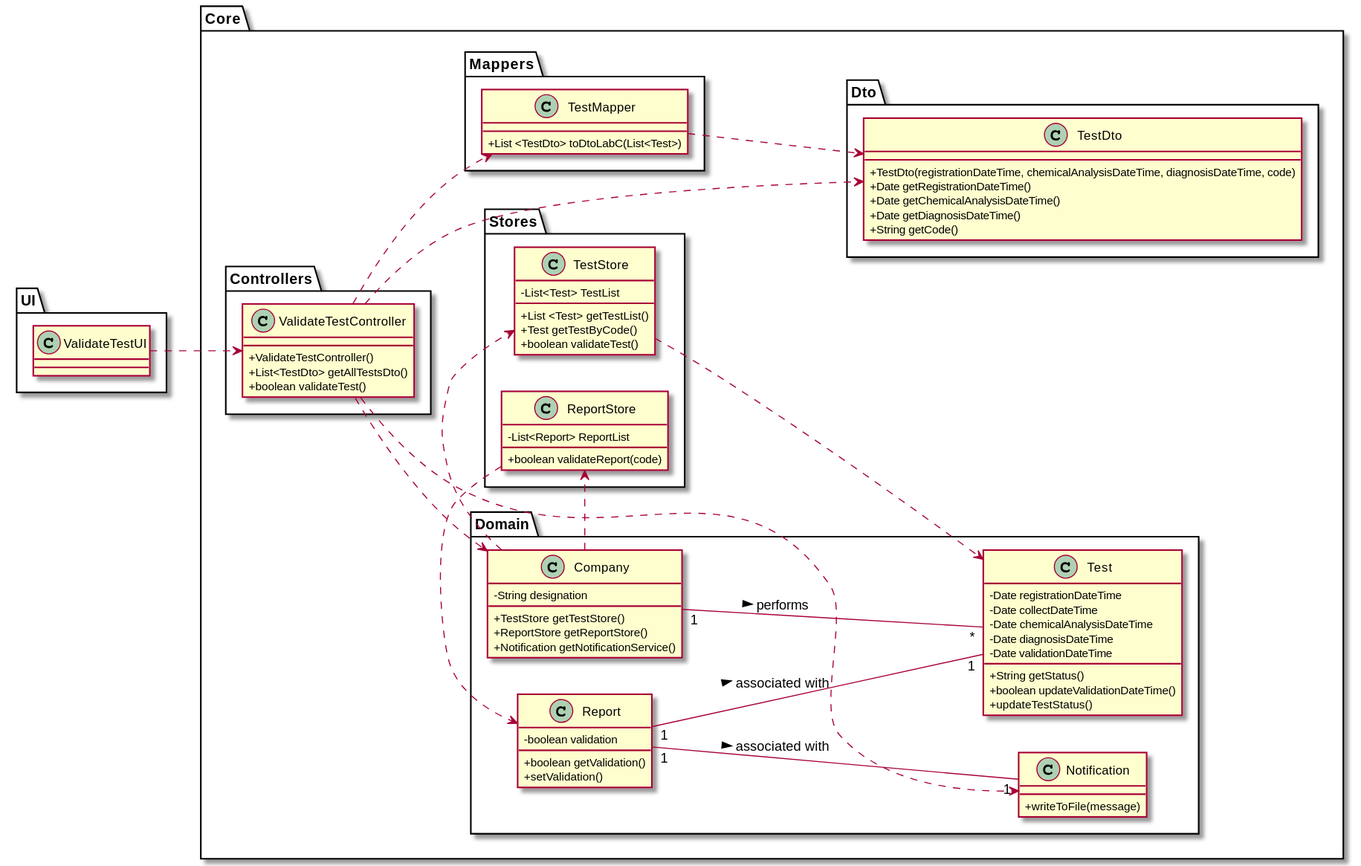
The PlantUML diagram docs/SprintC/US15/US15-CD.svg in 0franciscor/lei-21-s2-1de-g19, before a commit.
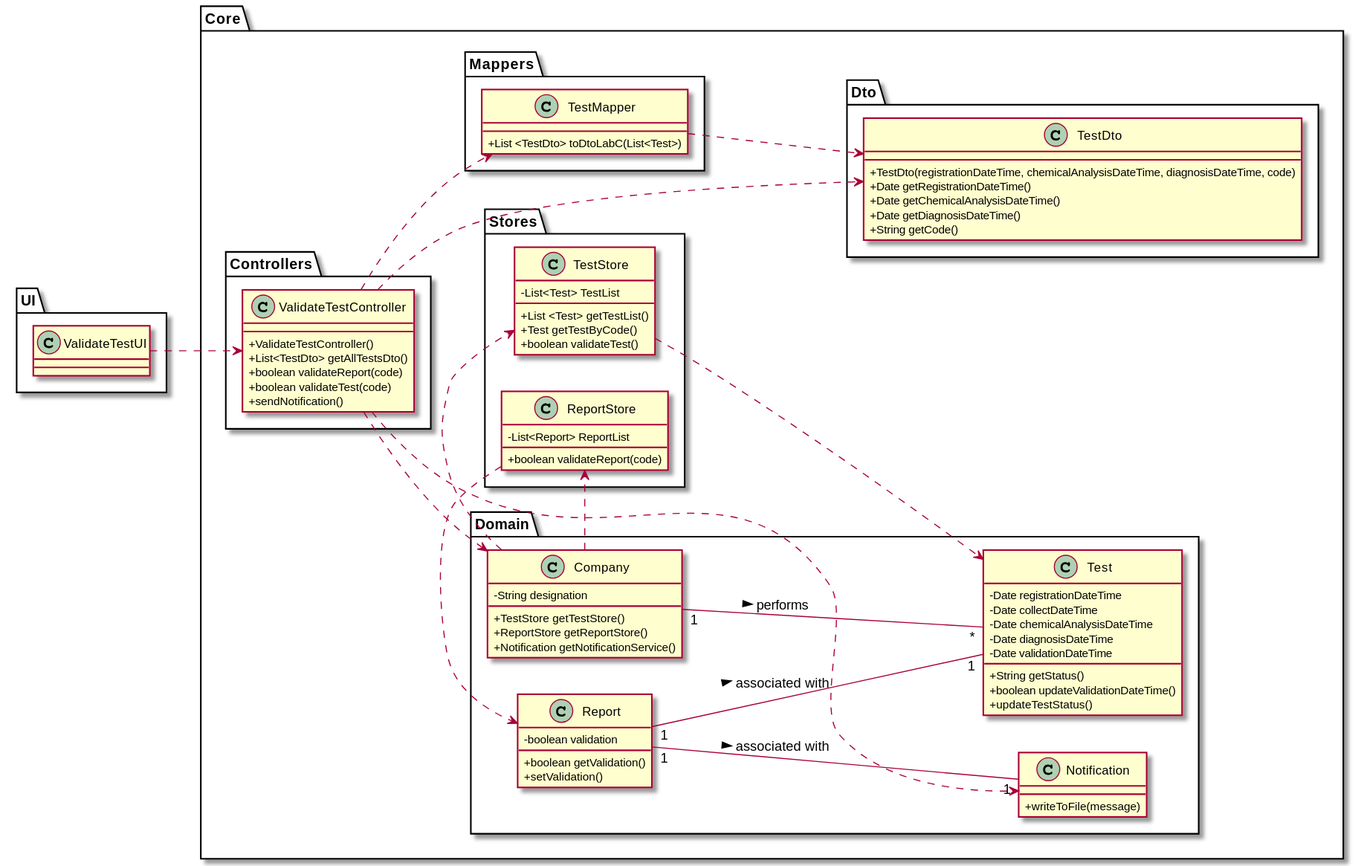
The same diagram one commit later.

Commit message:
[US15] - Alteração de Diagramas para correção de erros.

Change to the diagram source:
```diff
@@ -53,7 +53,9 @@
 class "ValidateTestController" as VTC {
 +ValidateTestController()
 +List<TestDto> getAllTestsDto()
-+boolean validateTest()
++boolean validateReport(code)
++boolean validateTest(code)
++sendNotification()
 }
 
 
```
